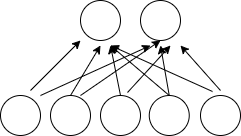
Above: Untitled Diagram.png in WittmannF/anyname (draw.io), before the change. Source tidied: cells renumbered, new cells last; positions are measured from the earlier drawing's top-left corner, leaving out a move shared by most shapes. The source it was exported from:
```xml
<mxGraphModel>
  <root>
    <mxCell id="0" />
    <mxCell id="1" parent="0" />
    <mxCell id="2" style="ellipse;whiteSpace=wrap;html=1;" parent="1" vertex="1">
      <mxGeometry y="95" width="40" height="40" as="geometry" />
    </mxCell>
    <mxCell id="3" style="ellipse;whiteSpace=wrap;html=1;" parent="1" vertex="1">
      <mxGeometry x="50" y="95" width="40" height="40" as="geometry" />
    </mxCell>
    <mxCell id="4" style="ellipse;whiteSpace=wrap;html=1;" parent="1" vertex="1">
      <mxGeometry x="100" y="95" width="40" height="40" as="geometry" />
    </mxCell>
    <mxCell id="5" style="ellipse;whiteSpace=wrap;html=1;" parent="1" vertex="1">
      <mxGeometry x="148.8" y="95" width="40" height="40" as="geometry" />
    </mxCell>
    <mxCell id="6" style="ellipse;whiteSpace=wrap;html=1;" parent="1" vertex="1">
      <mxGeometry x="200" y="95" width="40" height="40" as="geometry" />
    </mxCell>
    <mxCell id="7" style="ellipse;whiteSpace=wrap;html=1;" parent="1" vertex="1">
      <mxGeometry x="80" width="40" height="40" as="geometry" />
    </mxCell>
    <mxCell id="8" style="ellipse;whiteSpace=wrap;html=1;" parent="1" vertex="1">
      <mxGeometry x="140" width="40" height="40" as="geometry" />
    </mxCell>
    <mxCell id="9" style="endArrow=classic;html=1;" parent="1" edge="1">
      <mxGeometry relative="1" as="geometry">
        <mxPoint x="30" y="90" as="sourcePoint" />
        <mxPoint x="80" y="40" as="targetPoint" />
      </mxGeometry>
    </mxCell>
    <mxCell id="10" style="endArrow=classic;html=1;" parent="1" edge="1">
      <mxGeometry relative="1" as="geometry">
        <mxPoint x="220" y="90" as="sourcePoint" />
        <mxPoint x="180" y="45" as="targetPoint" />
      </mxGeometry>
    </mxCell>
    <mxCell id="11" style="endArrow=classic;html=1;exitX=0.3;exitY=-0.1;exitDx=0;exitDy=0;exitPerimeter=0;" parent="1" edge="1" source="6">
      <mxGeometry relative="1" as="geometry">
        <mxPoint x="110" y="45" as="targetPoint" />
      </mxGeometry>
    </mxCell>
    <mxCell id="12" style="endArrow=classic;html=1;" parent="1" edge="1">
      <mxGeometry relative="1" as="geometry">
        <mxPoint x="40" y="95" as="sourcePoint" />
        <mxPoint x="150" y="45" as="targetPoint" />
      </mxGeometry>
    </mxCell>
    <mxCell id="13" style="endArrow=classic;html=1;exitX=0.5;exitY=0;exitDx=0;exitDy=0;" parent="1" edge="1" source="3">
      <mxGeometry relative="1" as="geometry">
        <mxPoint x="100" y="45" as="targetPoint" />
      </mxGeometry>
    </mxCell>
    <mxCell id="14" style="endArrow=classic;html=1;exitX=0.5;exitY=0;exitDx=0;exitDy=0;" parent="1" edge="1" source="4">
      <mxGeometry relative="1" as="geometry">
        <mxPoint x="110" y="45" as="targetPoint" />
      </mxGeometry>
    </mxCell>
    <mxCell id="15" style="endArrow=classic;html=1;exitX=0.5;exitY=0;exitDx=0;exitDy=0;" parent="1" edge="1" source="5">
      <mxGeometry relative="1" as="geometry">
        <mxPoint x="110" y="45" as="targetPoint" />
      </mxGeometry>
    </mxCell>
    <mxCell id="16" style="endArrow=classic;html=1;entryX=0.5;entryY=1;entryDx=0;entryDy=0;exitX=0.75;exitY=0;exitDx=0;exitDy=0;exitPerimeter=0;" parent="1" edge="1" source="3" target="8">
      <mxGeometry relative="1" as="geometry" />
    </mxCell>
    <mxCell id="17" style="endArrow=classic;html=1;exitX=0.675;exitY=-0.075;exitDx=0;exitDy=0;exitPerimeter=0;" parent="1" edge="1" source="4">
      <mxGeometry relative="1" as="geometry">
        <mxPoint x="170" y="45" as="targetPoint" />
      </mxGeometry>
    </mxCell>
    <mxCell id="18" style="endArrow=classic;html=1;exitX=0.5;exitY=0;exitDx=0;exitDy=0;" parent="1" edge="1" source="5">
      <mxGeometry relative="1" as="geometry">
        <mxPoint x="160" y="45" as="targetPoint" />
      </mxGeometry>
    </mxCell>
  </root>
</mxGraphModel>
```
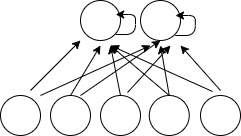
The same diagram one commit later.

What changed in the source:
```diff
@@ -74,5 +74,23 @@
         <mxPoint x="160" y="45" as="targetPoint" />
       </mxGeometry>
     </mxCell>
+    <mxCell id="19" style="edgeStyle=segmentEdgeStyle;endArrow=classic;html=1;" parent="1" edge="1">
+      <mxGeometry relative="1" as="geometry">
+        <mxPoint x="174.8" y="35" as="sourcePoint" />
+        <mxPoint x="175" y="15" as="targetPoint" />
+        <Array as="points">
+          <mxPoint x="194.8" y="35" />
+        </Array>
+      </mxGeometry>
+    </mxCell>
+    <mxCell id="20" style="edgeStyle=segmentEdgeStyle;endArrow=classic;html=1;" parent="1" edge="1">
+      <mxGeometry relative="1" as="geometry">
+        <mxPoint x="114.9" y="34" as="sourcePoint" />
+        <mxPoint x="115.2" y="14" as="targetPoint" />
+        <Array as="points">
+          <mxPoint x="134.9" y="34" />
+        </Array>
+      </mxGeometry>
+    </mxCell>
   </root>
 </mxGraphModel>
```
